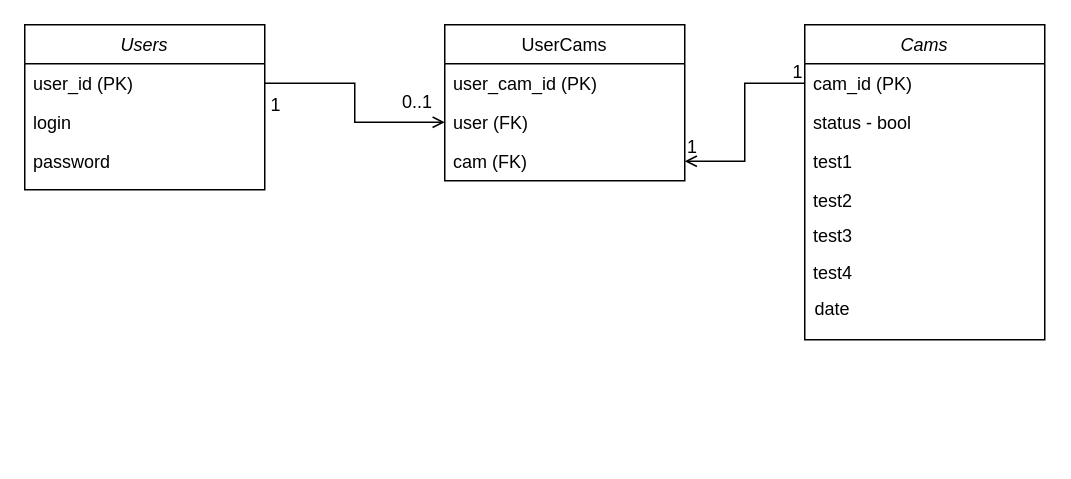
This is diplomERD.drawio from Grigosty/diagrammsForStudy, a draw.io file, before an edit. Source tidied: cells renumbered, new cells numbered last; positions are measured from the earlier drawing's top-left corner, leaving out a move shared by most shapes. Both pictures are drawn from the tidied source at 150%, with x=0, y=0 at pixel (24, 24).
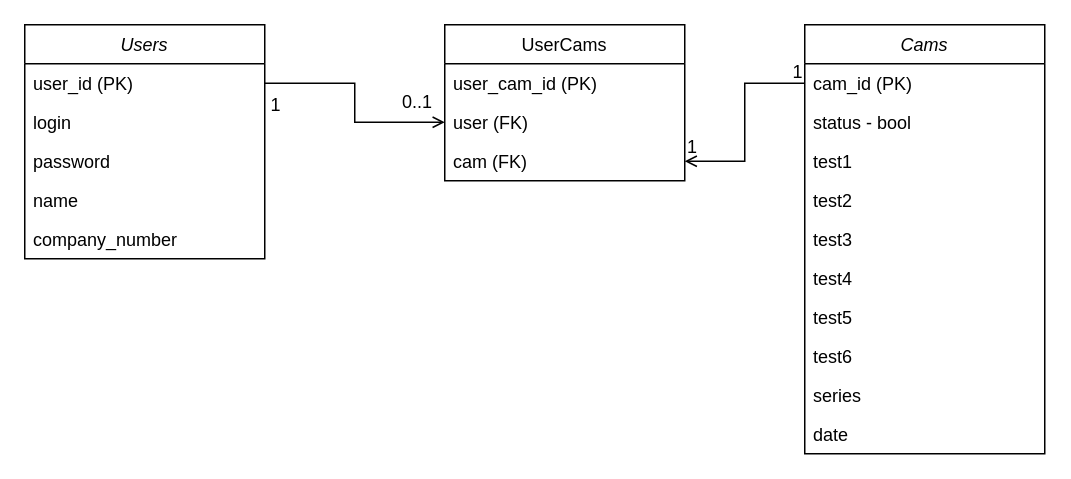
After the change.

What changed in the source:
```diff
@@
     <mxCell id="2" value="Users" style="swimlane;fontStyle=2;align=center;verticalAlign=top;horizontal=1;startSize=26;rounded=0;shadow=0;strokeWidth=1;" parent="1" vertex="1">
-      <mxGeometry width="160" height="110" as="geometry" />
+      <mxGeometry width="160" height="156" as="geometry" />
     </mxCell>
@@
+    <mxCell id="24" value="name" style="text;align=left;verticalAlign=top;spacingLeft=4;spacingRight=4;overflow=hidden;rounded=0;shadow=0;html=0;" parent="2" vertex="1">
+      <mxGeometry y="104" width="160" height="26" as="geometry" />
+    </mxCell>
+    <mxCell id="25" value="company_number" style="text;align=left;verticalAlign=top;spacingLeft=4;spacingRight=4;overflow=hidden;rounded=0;shadow=0;html=0;" parent="2" vertex="1">
+      <mxGeometry y="130" width="160" height="26" as="geometry" />
+    </mxCell>
@@
     <mxCell id="13" value="Cams" style="swimlane;fontStyle=2;align=center;verticalAlign=top;horizontal=1;startSize=26;rounded=0;shadow=0;strokeWidth=1;" parent="1" vertex="1">
-      <mxGeometry x="520" width="160" height="210" as="geometry" />
+      <mxGeometry x="520" width="160" height="286" as="geometry" />
     </mxCell>
@@
+    <mxCell id="26" value="test3" style="text;align=left;verticalAlign=top;spacingLeft=4;spacingRight=4;overflow=hidden;rounded=0;shadow=0;html=0;" parent="13" vertex="1">
+      <mxGeometry y="130" width="160" height="26" as="geometry" />
+    </mxCell>
+    <mxCell id="19" value="test4" style="text;align=left;verticalAlign=top;spacingLeft=4;spacingRight=4;overflow=hidden;rounded=0;shadow=0;html=0;" parent="13" vertex="1">
+      <mxGeometry y="156" width="160" height="26" as="geometry" />
+    </mxCell>
-    <mxCell id="18" value="test4" style="text;align=left;verticalAlign=top;spacingLeft=4;spacingRight=4;overflow=hidden;rounded=0;shadow=0;html=0;" parent="1" vertex="1">
-      <mxGeometry x="520" y="152" width="160" height="26" as="geometry" />
+    <mxCell id="18" value="test5" style="text;align=left;verticalAlign=top;spacingLeft=4;spacingRight=4;overflow=hidden;rounded=0;shadow=0;html=0;" parent="13" vertex="1">
+      <mxGeometry y="182" width="160" height="26" as="geometry" />
     </mxCell>
-    <mxCell id="19" value="test3" style="text;align=left;verticalAlign=top;spacingLeft=4;spacingRight=4;overflow=hidden;rounded=0;shadow=0;html=0;" parent="1" vertex="1">
-      <mxGeometry x="520" y="127" width="160" height="26" as="geometry" />
-    </mxCell>
+    <mxCell id="27" value="test6" style="text;align=left;verticalAlign=top;spacingLeft=4;spacingRight=4;overflow=hidden;rounded=0;shadow=0;html=0;" parent="13" vertex="1">
+      <mxGeometry y="208" width="160" height="26" as="geometry" />
+    </mxCell>
+    <mxCell id="28" value="series" style="text;align=left;verticalAlign=top;spacingLeft=4;spacingRight=4;overflow=hidden;rounded=0;shadow=0;html=0;" parent="13" vertex="1">
+      <mxGeometry y="234" width="160" height="26" as="geometry" />
+    </mxCell>
+    <mxCell id="23" value="date" style="text;align=left;verticalAlign=top;spacingLeft=4;spacingRight=4;overflow=hidden;rounded=0;shadow=0;html=0;" parent="13" vertex="1">
+      <mxGeometry y="260" width="160" height="26" as="geometry" />
+    </mxCell>
@@
-    <mxCell id="23" value="date" style="text;align=left;verticalAlign=top;spacingLeft=4;spacingRight=4;overflow=hidden;rounded=0;shadow=0;html=0;" parent="1" vertex="1">
-      <mxGeometry x="521" y="176" width="160" height="26" as="geometry" />
-    </mxCell>
```
